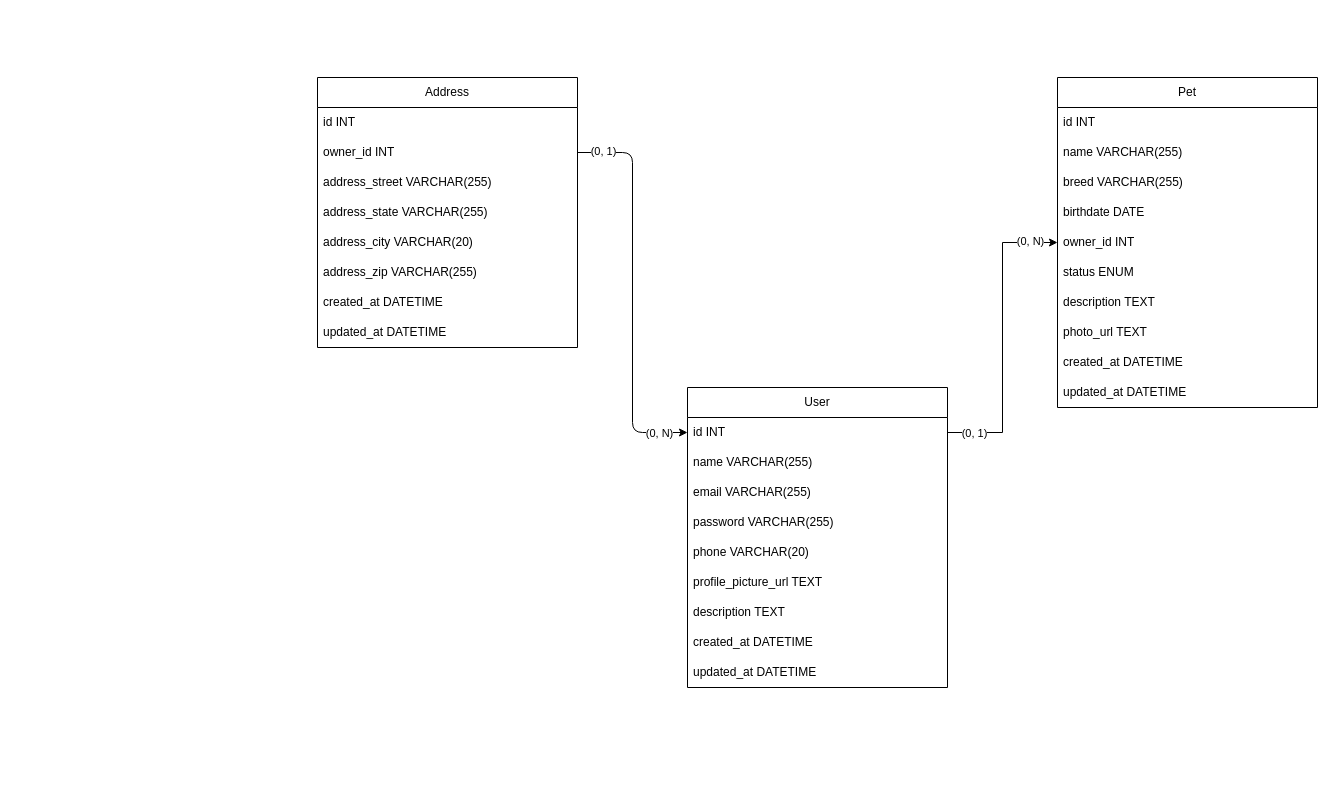
jpsilvaterra/petmatch keeps this draw.io diagram as PetMatch_bd.drawio. Above is the earlier version. Source tidied: cells renumbered, new cells numbered last; positions are measured from the earlier drawing's top-left corner, leaving out a move shared by most shapes. Both pictures are drawn from the tidied source at 100%, with x=0, y=0 at pixel (317, 77).
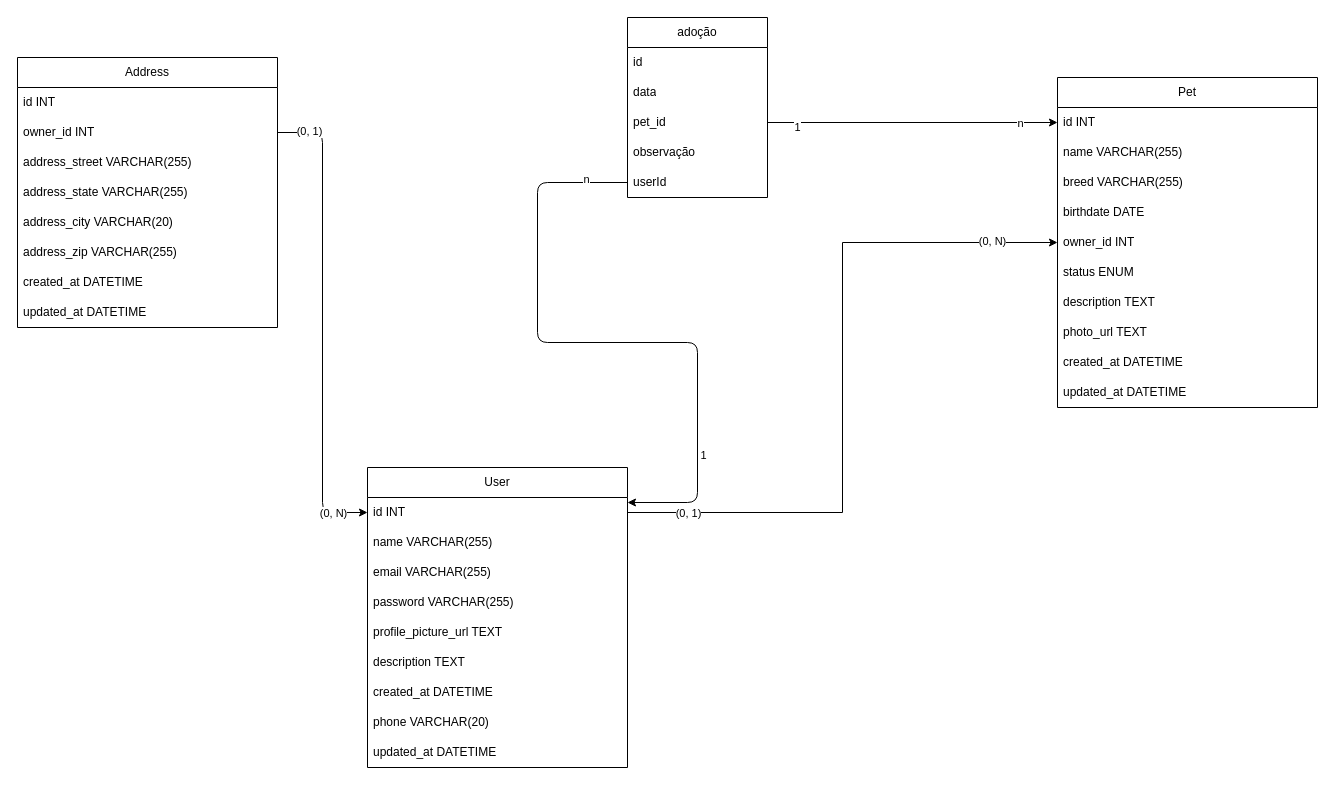
After the change.

Commit message (it also covers changes not shown here):
atualizando o diagrama de classes e o banco de dados

The change refers to these unchanged cells:
```xml
<mxCell id="13" value="id INT" style="text;strokeColor=none;fillColor=none;align=left;verticalAlign=middle;spacingLeft=4;spacingRight=4;overflow=hidden;points=[[0,0.5],[1,0.5]];portConstraint=eastwest;whiteSpace=wrap;html=1;" parent="12" vertex="1">
  <mxGeometry y="30" width="260" height="30" as="geometry" />
</mxCell>
<mxCell id="17" value="owner_id INT" style="text;strokeColor=none;fillColor=none;align=left;verticalAlign=middle;spacingLeft=4;spacingRight=4;overflow=hidden;points=[[0,0.5],[1,0.5]];portConstraint=eastwest;whiteSpace=wrap;html=1;" parent="12" vertex="1">
  <mxGeometry y="150" width="260" height="30" as="geometry" />
</mxCell>
<mxCell id="25" value="owner_id INT" style="text;strokeColor=none;fillColor=none;align=left;verticalAlign=middle;spacingLeft=4;spacingRight=4;overflow=hidden;points=[[0,0.5],[1,0.5]];portConstraint=eastwest;whiteSpace=wrap;html=1;" parent="23" vertex="1">
  <mxGeometry y="60" width="260" height="30" as="geometry" />
</mxCell>
```

Change to the diagram source:
```diff
@@
-    <mxCell id="2" value="User" style="swimlane;fontStyle=0;horizontal=1;startSize=30;whiteSpace=wrap;html=1;" parent="1" vertex="1">
-      <mxGeometry x="370" y="310" width="260" height="300" as="geometry" />
-    </mxCell>
-    <mxCell id="3" value="id INT" style="text;strokeColor=none;fillColor=none;align=left;verticalAlign=middle;spacingLeft=4;spacingRight=4;overflow=hidden;points=[[0,0.5],[1,0.5]];portConstraint=eastwest;whiteSpace=wrap;html=1;" parent="2" vertex="1">
-      <mxGeometry y="30" width="260" height="30" as="geometry" />
-    </mxCell>
-    <mxCell id="4" value="name VARCHAR(255)" style="text;strokeColor=none;fillColor=none;align=left;verticalAlign=middle;spacingLeft=4;spacingRight=4;overflow=hidden;points=[[0,0.5],[1,0.5]];portConstraint=eastwest;whiteSpace=wrap;html=1;" parent="2" vertex="1">
-      <mxGeometry y="60" width="260" height="30" as="geometry" />
-    </mxCell>
-    <mxCell id="5" value="email VARCHAR(255)" style="text;strokeColor=none;fillColor=none;align=left;verticalAlign=middle;spacingLeft=4;spacingRight=4;overflow=hidden;whiteSpace=wrap;html=1;" parent="2" vertex="1">
-      <mxGeometry y="90" width="260" height="30" as="geometry" />
-    </mxCell>
-    <mxCell id="6" value="password VARCHAR(255)" style="text;strokeColor=none;fillColor=none;align=left;verticalAlign=middle;spacingLeft=4;spacingRight=4;overflow=hidden;whiteSpace=wrap;html=1;" parent="2" vertex="1">
-      <mxGeometry y="120" width="260" height="30" as="geometry" />
-    </mxCell>
-    <mxCell id="7" value="phone VARCHAR(20)" style="text;strokeColor=none;fillColor=none;align=left;verticalAlign=middle;spacingLeft=4;spacingRight=4;overflow=hidden;whiteSpace=wrap;html=1;" parent="2" vertex="1">
-      <mxGeometry y="150" width="260" height="30" as="geometry" />
-    </mxCell>
-    <mxCell id="8" value="profile_picture_url TEXT" style="text;strokeColor=none;fillColor=none;align=left;verticalAlign=middle;spacingLeft=4;spacingRight=4;overflow=hidden;whiteSpace=wrap;html=1;" parent="2" vertex="1">
-      <mxGeometry y="180" width="260" height="30" as="geometry" />
-    </mxCell>
-    <mxCell id="9" value="description TEXT" style="text;strokeColor=none;fillColor=none;align=left;verticalAlign=middle;spacingLeft=4;spacingRight=4;overflow=hidden;whiteSpace=wrap;html=1;" parent="2" vertex="1">
-      <mxGeometry y="210" width="260" height="30" as="geometry" />
-    </mxCell>
-    <mxCell id="10" value="created_at DATETIME" style="text;strokeColor=none;fillColor=none;align=left;verticalAlign=middle;spacingLeft=4;spacingRight=4;overflow=hidden;whiteSpace=wrap;html=1;" parent="2" vertex="1">
-      <mxGeometry y="240" width="260" height="30" as="geometry" />
-    </mxCell>
-    <mxCell id="11" value="updated_at DATETIME" style="text;strokeColor=none;fillColor=none;align=left;verticalAlign=middle;spacingLeft=4;spacingRight=4;overflow=hidden;whiteSpace=wrap;html=1;" parent="2" vertex="1">
-      <mxGeometry y="270" width="260" height="30" as="geometry" />
-    </mxCell>
@@
     <mxCell id="23" value="Address" style="swimlane;fontStyle=0;horizontal=1;startSize=30;whiteSpace=wrap;html=1;" parent="1" vertex="1">
-      <mxGeometry width="260" height="270" as="geometry" />
+      <mxGeometry x="-300" y="-20" width="260" height="270" as="geometry" />
     </mxCell>
@@
-    <mxCell id="32" style="edgeStyle=orthogonalEdgeStyle;rounded=0;jettySize=auto;html=1;" parent="1" edge="1" source="3" target="17">
+    <mxCell id="32" style="edgeStyle=orthogonalEdgeStyle;rounded=0;jettySize=auto;html=1;" parent="1" edge="1" source="4" target="17">
       <mxGeometry relative="1" as="geometry" />
     </mxCell>
@@
-    <mxCell id="35" style="edgeStyle=orthogonalEdgeStyle;html=1;elbow=vertical;" parent="1" edge="1" source="25" target="3">
+    <mxCell id="35" style="edgeStyle=orthogonalEdgeStyle;html=1;elbow=vertical;" parent="1" edge="1" source="25" target="4">
       <mxGeometry relative="1" as="geometry" />
     </mxCell>
@@
+    <mxCell id="38" value="adoção" style="swimlane;fontStyle=0;horizontal=1;startSize=30;whiteSpace=wrap;html=1;" parent="1" vertex="1">
+      <mxGeometry x="310" y="-60" width="140" height="180" as="geometry" />
+    </mxCell>
+    <mxCell id="39" value="id" style="text;strokeColor=none;fillColor=none;align=left;verticalAlign=middle;spacingLeft=4;spacingRight=4;overflow=hidden;whiteSpace=wrap;html=1;" parent="38" vertex="1">
+      <mxGeometry y="30" width="140" height="30" as="geometry" />
+    </mxCell>
+    <mxCell id="40" value="data" style="text;strokeColor=none;fillColor=none;align=left;verticalAlign=middle;spacingLeft=4;spacingRight=4;overflow=hidden;whiteSpace=wrap;html=1;" parent="38" vertex="1">
+      <mxGeometry y="60" width="140" height="30" as="geometry" />
+    </mxCell>
+    <mxCell id="41" value="pet_id" style="text;strokeColor=none;fillColor=none;align=left;verticalAlign=middle;spacingLeft=4;spacingRight=4;overflow=hidden;points=[[0,0.5],[1,0.5]];portConstraint=eastwest;whiteSpace=wrap;html=1;" parent="38" vertex="1">
+      <mxGeometry y="90" width="140" height="30" as="geometry" />
+    </mxCell>
+    <mxCell id="42" value="observação" style="text;strokeColor=none;fillColor=none;align=left;verticalAlign=middle;spacingLeft=4;spacingRight=4;overflow=hidden;whiteSpace=wrap;html=1;" parent="38" vertex="1">
+      <mxGeometry y="120" width="140" height="30" as="geometry" />
+    </mxCell>
+    <mxCell id="43" value="userId" style="text;strokeColor=none;fillColor=none;align=left;verticalAlign=middle;spacingLeft=4;spacingRight=4;overflow=hidden;points=[[0,0.5],[1,0.5]];portConstraint=eastwest;whiteSpace=wrap;html=1;" parent="38" vertex="1">
+      <mxGeometry y="150" width="140" height="30" as="geometry" />
+    </mxCell>
+    <mxCell id="44" style="edgeStyle=orthogonalEdgeStyle;html=1;" parent="1" edge="1" source="43" target="4">
+      <mxGeometry relative="1" as="geometry">
+        <Array as="points">
+          <mxPoint x="220" y="105" />
+          <mxPoint x="220" y="265" />
+          <mxPoint x="380" y="265" />
+          <mxPoint x="380" y="425" />
+        </Array>
+      </mxGeometry>
+    </mxCell>
+    <mxCell id="45" value="n" style="edgeLabel;html=1;align=center;verticalAlign=middle;" parent="44" vertex="1">
+      <mxGeometry x="-0.87" y="-4" relative="1" as="geometry" />
+    </mxCell>
+    <mxCell id="46" value="1" style="edgeLabel;html=1;align=center;verticalAlign=middle;" parent="44" vertex="1">
+      <mxGeometry x="0.63" y="5" relative="1" as="geometry" />
+    </mxCell>
+    <mxCell id="47" style="edgeStyle=orthogonalEdgeStyle;html=1;entryX=0;entryY=0.5;entryDx=0;entryDy=0;" parent="1" edge="1" source="41" target="13">
+      <mxGeometry relative="1" as="geometry" />
+    </mxCell>
+    <mxCell id="48" value="1" style="edgeLabel;html=1;align=center;verticalAlign=middle;" parent="47" vertex="1">
+      <mxGeometry x="-0.8" y="-4" relative="1" as="geometry" />
+    </mxCell>
+    <mxCell id="49" value="n" style="edgeLabel;html=1;align=center;verticalAlign=middle;" parent="47" vertex="1">
+      <mxGeometry x="0.74" relative="1" as="geometry" />
+    </mxCell>
+    <mxCell id="2" value="User" style="swimlane;fontStyle=0;horizontal=1;startSize=30;whiteSpace=wrap;html=1;" parent="1" vertex="1">
+      <mxGeometry x="50" y="390" width="260" height="300" as="geometry" />
+    </mxCell>
+    <mxCell id="4" value="id INT" style="text;strokeColor=none;fillColor=none;align=left;verticalAlign=middle;spacingLeft=4;spacingRight=4;overflow=hidden;points=[[0,0.5],[1,0.5]];portConstraint=eastwest;whiteSpace=wrap;html=1;" parent="2" vertex="1">
+      <mxGeometry y="30" width="260" height="30" as="geometry" />
+    </mxCell>
+    <mxCell id="50" value="name VARCHAR(255)" style="text;strokeColor=none;fillColor=none;align=left;verticalAlign=middle;spacingLeft=4;spacingRight=4;overflow=hidden;whiteSpace=wrap;html=1;" parent="2" vertex="1">
+      <mxGeometry y="60" width="260" height="30" as="geometry" />
+    </mxCell>
+    <mxCell id="5" value="email VARCHAR(255)" style="text;strokeColor=none;fillColor=none;align=left;verticalAlign=middle;spacingLeft=4;spacingRight=4;overflow=hidden;whiteSpace=wrap;html=1;" parent="2" vertex="1">
+      <mxGeometry y="90" width="260" height="30" as="geometry" />
+    </mxCell>
+    <mxCell id="6" value="password VARCHAR(255)" style="text;strokeColor=none;fillColor=none;align=left;verticalAlign=middle;spacingLeft=4;spacingRight=4;overflow=hidden;whiteSpace=wrap;html=1;" parent="2" vertex="1">
+      <mxGeometry y="120" width="260" height="30" as="geometry" />
+    </mxCell>
+    <mxCell id="8" value="profile_picture_url TEXT" style="text;strokeColor=none;fillColor=none;align=left;verticalAlign=middle;spacingLeft=4;spacingRight=4;overflow=hidden;whiteSpace=wrap;html=1;" parent="2" vertex="1">
+      <mxGeometry y="150" width="260" height="30" as="geometry" />
+    </mxCell>
+    <mxCell id="9" value="description TEXT" style="text;strokeColor=none;fillColor=none;align=left;verticalAlign=middle;spacingLeft=4;spacingRight=4;overflow=hidden;whiteSpace=wrap;html=1;" parent="2" vertex="1">
+      <mxGeometry y="180" width="260" height="30" as="geometry" />
+    </mxCell>
+    <mxCell id="10" value="created_at DATETIME" style="text;strokeColor=none;fillColor=none;align=left;verticalAlign=middle;spacingLeft=4;spacingRight=4;overflow=hidden;whiteSpace=wrap;html=1;" parent="2" vertex="1">
+      <mxGeometry y="210" width="260" height="30" as="geometry" />
+    </mxCell>
+    <mxCell id="7" value="phone VARCHAR(20)" style="text;strokeColor=none;fillColor=none;align=left;verticalAlign=middle;spacingLeft=4;spacingRight=4;overflow=hidden;whiteSpace=wrap;html=1;" parent="2" vertex="1">
+      <mxGeometry y="240" width="260" height="30" as="geometry" />
+    </mxCell>
+    <mxCell id="11" value="updated_at DATETIME" style="text;strokeColor=none;fillColor=none;align=left;verticalAlign=middle;spacingLeft=4;spacingRight=4;overflow=hidden;whiteSpace=wrap;html=1;" parent="2" vertex="1">
+      <mxGeometry y="270" width="260" height="30" as="geometry" />
+    </mxCell>
```
